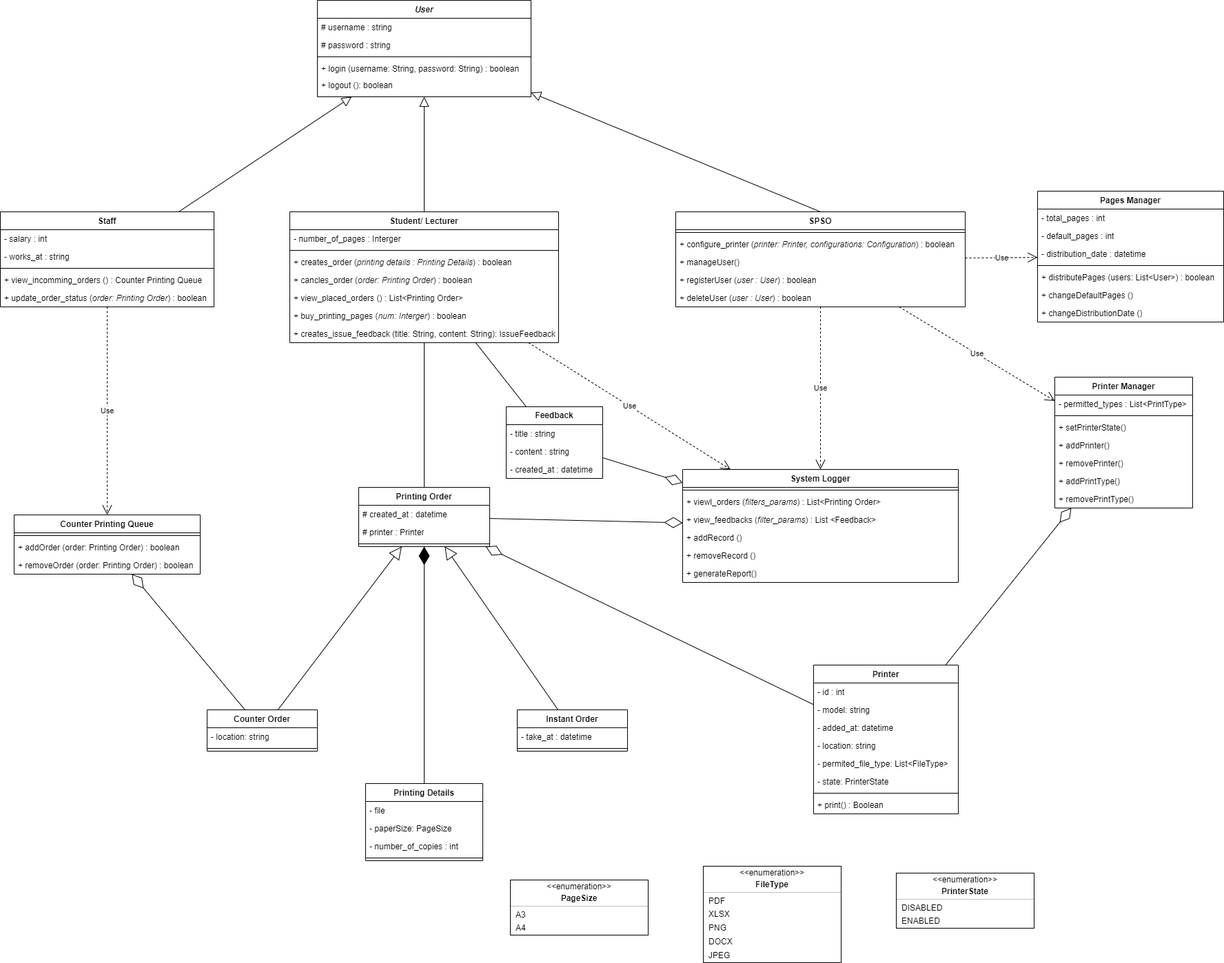
The draw.io diagram spss-class-diagram.drawio.png in blueonline07/auth-demo, before a commit. Source tidied: cells renumbered, new cells last; positions are measured from the earlier drawing's top-left corner, leaving out a move shared by most shapes.
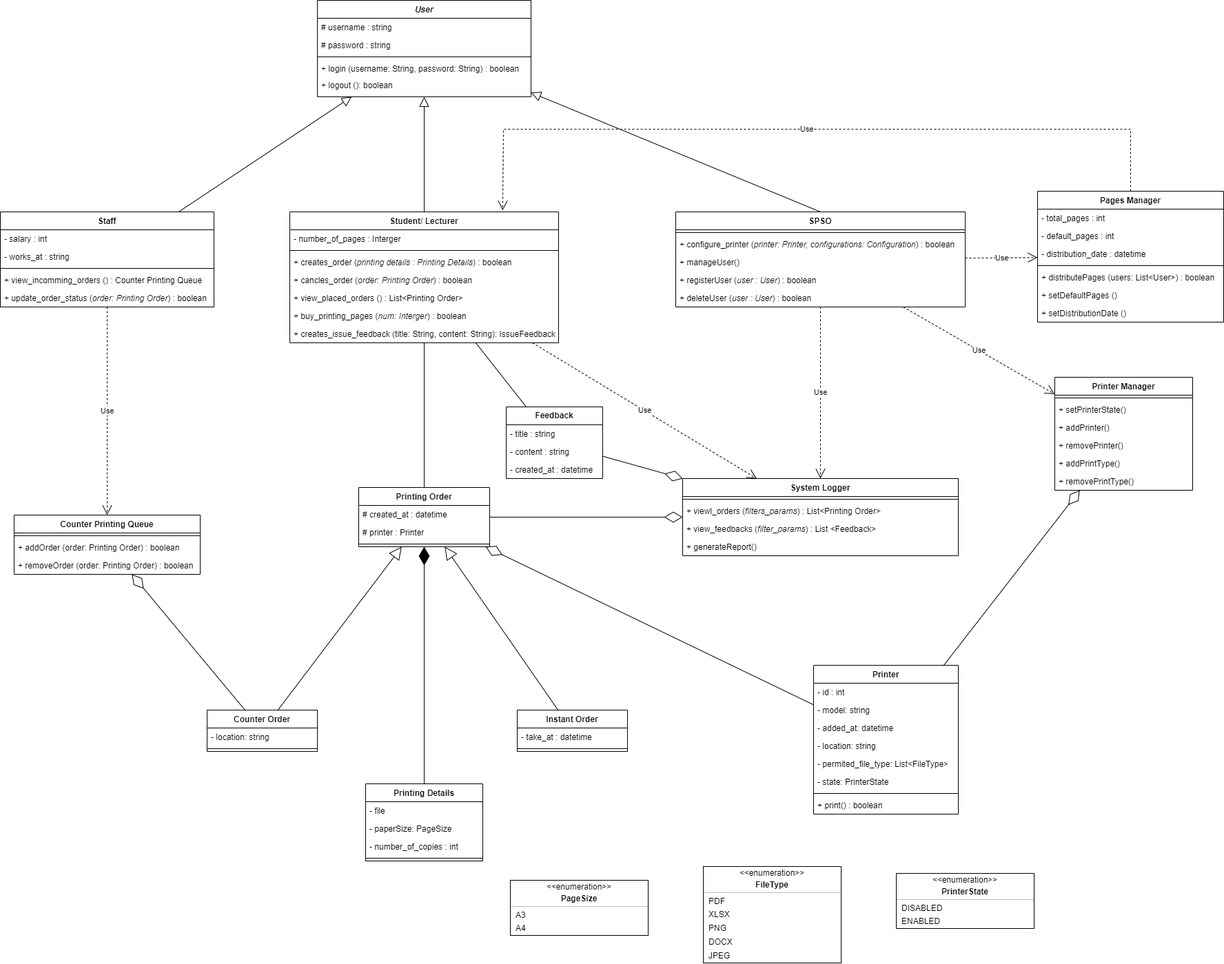
After the commit.

Commit message:
Cập nhật spss-class-diagram.drawio.png

Diff of the diagram source:
```diff
@@ -104,7 +104,7 @@
     <mxCell id="35" style="line;strokeWidth=1;fillColor=none;align=left;verticalAlign=middle;spacingTop=-1;spacingLeft=3;spacingRight=3;labelPosition=right;strokeColor=inherit;" parent="28" vertex="1">
       <mxGeometry y="182" width="210" height="8" as="geometry" />
     </mxCell>
-    <mxCell id="36" value="+ print() : Boolean" style="text;strokeColor=none;fillColor=none;align=left;verticalAlign=top;spacingLeft=4;spacingRight=4;overflow=hidden;whiteSpace=wrap;html=1;" parent="28" vertex="1">
+    <mxCell id="36" value="+ print() : boolean" style="text;strokeColor=none;fillColor=none;align=left;verticalAlign=top;spacingLeft=4;spacingRight=4;overflow=hidden;whiteSpace=wrap;html=1;" parent="28" vertex="1">
       <mxGeometry y="190" width="210" height="26" as="geometry" />
     </mxCell>
     <mxCell id="37" value="Printing Order" style="swimlane;fontStyle=1;align=center;verticalAlign=top;horizontal=1;startSize=26;whiteSpace=wrap;html=1;" parent="1" vertex="1">
@@ -132,7 +132,7 @@
       <mxGeometry y="60" width="270" height="26" as="geometry" />
     </mxCell>
     <mxCell id="45" value="System Logger" style="swimlane;fontStyle=1;align=center;verticalAlign=top;horizontal=1;startSize=26;whiteSpace=wrap;html=1;" parent="1" vertex="1">
-      <mxGeometry x="990" y="681" width="400" height="164" as="geometry" />
+      <mxGeometry x="990" y="694" width="400" height="112" as="geometry" />
     </mxCell>
     <mxCell id="46" style="line;strokeWidth=1;fillColor=none;align=left;verticalAlign=middle;spacingTop=-1;spacingLeft=3;spacingRight=3;labelPosition=right;strokeColor=inherit;" parent="45" vertex="1">
       <mxGeometry y="26" width="400" height="8" as="geometry" />
@@ -143,14 +143,8 @@
     <mxCell id="48" value="+ view_feedbacks (&lt;i&gt;filter_params&lt;/i&gt;) : List &amp;lt;Feedback&amp;gt;" style="text;strokeColor=none;fillColor=none;align=left;verticalAlign=top;spacingLeft=4;spacingRight=4;overflow=hidden;whiteSpace=wrap;html=1;" parent="45" vertex="1">
       <mxGeometry y="60" width="400" height="26" as="geometry" />
     </mxCell>
-    <mxCell id="49" value="+ addRecord ()" style="text;strokeColor=none;fillColor=none;align=left;verticalAlign=top;spacingLeft=4;spacingRight=4;overflow=hidden;whiteSpace=wrap;html=1;" parent="45" vertex="1">
-      <mxGeometry y="86" width="400" height="26" as="geometry" />
-    </mxCell>
-    <mxCell id="50" value="+ removeRecord ()" style="text;strokeColor=none;fillColor=none;align=left;verticalAlign=top;spacingLeft=4;spacingRight=4;overflow=hidden;whiteSpace=wrap;html=1;" parent="45" vertex="1">
-      <mxGeometry y="112" width="400" height="26" as="geometry" />
-    </mxCell>
     <mxCell id="51" value="+ generateReport()" style="text;strokeColor=none;fillColor=none;align=left;verticalAlign=top;spacingLeft=4;spacingRight=4;overflow=hidden;whiteSpace=wrap;html=1;" parent="45" vertex="1">
-      <mxGeometry y="138" width="400" height="26" as="geometry" />
+      <mxGeometry y="86" width="400" height="26" as="geometry" />
     </mxCell>
     <mxCell id="52" style="fontStyle=1;align=center;verticalAlign=middle;horizontal=1;" parent="1" vertex="1">
       <mxGeometry x="1020" y="1257" width="200" height="140" as="geometry" />
@@ -201,28 +195,25 @@
       <mxGeometry relative="1" as="geometry" />
     </mxCell>
     <mxCell id="68" value="Printer Manager" style="swimlane;fontStyle=1;align=center;verticalAlign=top;horizontal=1;startSize=26;whiteSpace=wrap;html=1;" parent="1" vertex="1">
-      <mxGeometry x="1530" y="547" width="200" height="190" as="geometry" />
+      <mxGeometry x="1530" y="547" width="200" height="164" as="geometry" />
     </mxCell>
-    <mxCell id="69" value="- permitted_types : List&amp;lt;PrintType&amp;gt;" style="text;strokeColor=none;fillColor=none;align=left;verticalAlign=top;spacingLeft=4;spacingRight=4;overflow=hidden;whiteSpace=wrap;html=1;" parent="68" vertex="1">
-      <mxGeometry y="26" width="200" height="26" as="geometry" />
-    </mxCell>
     <mxCell id="70" style="line;strokeWidth=1;fillColor=none;align=left;verticalAlign=middle;spacingTop=-1;spacingLeft=3;spacingRight=3;labelPosition=right;strokeColor=inherit;" parent="68" vertex="1">
-      <mxGeometry y="52" width="200" height="8" as="geometry" />
+      <mxGeometry y="26" width="200" height="8" as="geometry" />
     </mxCell>
     <mxCell id="71" value="+ setPrinterState()" style="text;strokeColor=none;fillColor=none;align=left;verticalAlign=top;spacingLeft=4;spacingRight=4;overflow=hidden;whiteSpace=wrap;html=1;" parent="68" vertex="1">
-      <mxGeometry y="60" width="200" height="26" as="geometry" />
+      <mxGeometry y="34" width="200" height="26" as="geometry" />
     </mxCell>
     <mxCell id="72" value="+ addPrinter()" style="text;strokeColor=none;fillColor=none;align=left;verticalAlign=top;spacingLeft=4;spacingRight=4;overflow=hidden;whiteSpace=wrap;html=1;" parent="68" vertex="1">
-      <mxGeometry y="86" width="200" height="26" as="geometry" />
+      <mxGeometry y="60" width="200" height="26" as="geometry" />
     </mxCell>
     <mxCell id="73" value="+ removePrinter()" style="text;strokeColor=none;fillColor=none;align=left;verticalAlign=top;spacingLeft=4;spacingRight=4;overflow=hidden;whiteSpace=wrap;html=1;" parent="68" vertex="1">
-      <mxGeometry y="112" width="200" height="26" as="geometry" />
+      <mxGeometry y="86" width="200" height="26" as="geometry" />
     </mxCell>
     <mxCell id="74" value="+ addPrintType()" style="text;strokeColor=none;fillColor=none;align=left;verticalAlign=top;spacingLeft=4;spacingRight=4;overflow=hidden;whiteSpace=wrap;html=1;" parent="68" vertex="1">
-      <mxGeometry y="138" width="200" height="26" as="geometry" />
+      <mxGeometry y="112" width="200" height="26" as="geometry" />
     </mxCell>
     <mxCell id="75" value="+ removePrintType()" style="text;strokeColor=none;fillColor=none;align=left;verticalAlign=top;spacingLeft=4;spacingRight=4;overflow=hidden;whiteSpace=wrap;html=1;" parent="68" vertex="1">
-      <mxGeometry y="164" width="200" height="26" as="geometry" />
+      <mxGeometry y="138" width="200" height="26" as="geometry" />
     </mxCell>
     <mxCell id="76" value="Pages Manager" style="swimlane;fontStyle=1;align=center;verticalAlign=top;horizontal=1;startSize=26;whiteSpace=wrap;html=1;" parent="1" vertex="1">
       <mxGeometry x="1505" y="277" width="270" height="190" as="geometry" />
@@ -242,10 +233,10 @@
     <mxCell id="81" value="+ distributePages (users: List&amp;lt;User&amp;gt;) : boolean" style="text;strokeColor=none;fillColor=none;align=left;verticalAlign=top;spacingLeft=4;spacingRight=4;overflow=hidden;whiteSpace=wrap;html=1;" parent="76" vertex="1">
       <mxGeometry y="112" width="270" height="26" as="geometry" />
     </mxCell>
-    <mxCell id="82" value="+ changeDefaultPages ()" style="text;strokeColor=none;fillColor=none;align=left;verticalAlign=top;spacingLeft=4;spacingRight=4;overflow=hidden;whiteSpace=wrap;html=1;" parent="76" vertex="1">
+    <mxCell id="82" value="+ setDefaultPages ()" style="text;strokeColor=none;fillColor=none;align=left;verticalAlign=top;spacingLeft=4;spacingRight=4;overflow=hidden;whiteSpace=wrap;html=1;" parent="76" vertex="1">
       <mxGeometry y="138" width="270" height="26" as="geometry" />
     </mxCell>
-    <mxCell id="83" value="+ changeDistributionDate ()" style="text;strokeColor=none;fillColor=none;align=left;verticalAlign=top;spacingLeft=4;spacingRight=4;overflow=hidden;whiteSpace=wrap;html=1;" parent="76" vertex="1">
+    <mxCell id="83" value="+ setDistributionDate ()" style="text;strokeColor=none;fillColor=none;align=left;verticalAlign=top;spacingLeft=4;spacingRight=4;overflow=hidden;whiteSpace=wrap;html=1;" parent="76" vertex="1">
       <mxGeometry y="164" width="270" height="26" as="geometry" />
     </mxCell>
     <mxCell id="84" style="fontStyle=1;align=center;verticalAlign=middle;horizontal=1;" parent="1" vertex="1">
@@ -362,5 +353,13 @@
     <mxCell id="121" value="A4" style="html=1;align=left;spacing=0;spacingLeft=8;verticalAlign=middle;strokeColor=none;fillColor=none;whiteSpace=wrap;" parent="116" vertex="1">
       <mxGeometry y="60" width="200" height="20" as="geometry" />
     </mxCell>
+    <mxCell id="122" value="Use" style="endArrow=open;endSize=12;dashed=1;html=1;rounded=0;entryX=0.792;entryY=-0.011;entryDx=0;entryDy=0;entryPerimeter=0;" parent="1" edge="1" source="76" target="8">
+      <mxGeometry relative="1" as="geometry">
+        <Array as="points">
+          <mxPoint x="1640" y="187" />
+          <mxPoint x="730" y="187" />
+        </Array>
+      </mxGeometry>
+    </mxCell>
   </root>
 </mxGraphModel>
```
